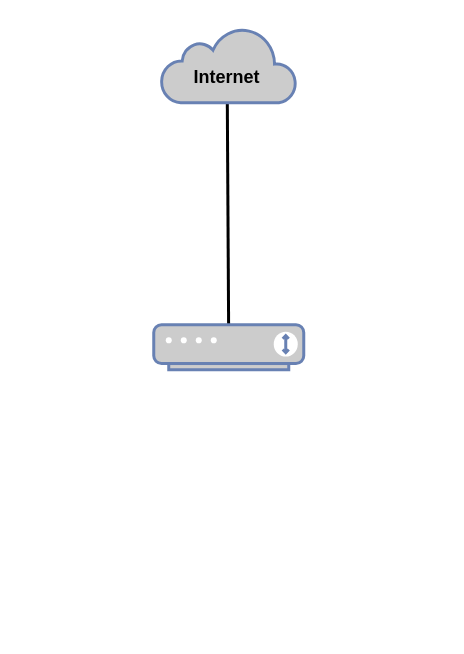
Hipuranyhou/cuddly-octo-lamp keeps this draw.io diagram as Untitled Diagram.drawio. Above is the earlier version. Source tidied: cells renumbered, new cells numbered last; positions are measured from the earlier drawing's top-left corner, leaving out a move shared by most shapes. Both pictures are drawn from the tidied source at 150%, with x=0, y=0 at pixel (153, 27).
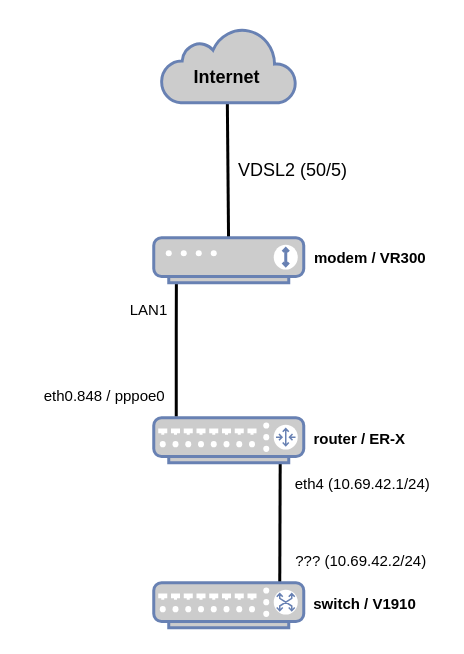
Above is the later version.

The edit, as a diff of the source:
```diff
@@
+    <mxCell id="6" style="endArrow=none;html=1;strokeWidth=2;fontColor=#000000;exitX=0.1;exitY=-0.021;exitDx=0;exitDy=0;exitPerimeter=0;entryX=0.101;entryY=0.869;entryDx=0;entryDy=0;entryPerimeter=0;" parent="1" edge="1">
+      <mxGeometry relative="1" as="geometry">
+        <mxPoint x="15" y="259.4" as="sourcePoint" />
+        <mxPoint x="15.1" y="166.1" as="targetPoint" />
+        <Array as="points">
+          <mxPoint x="15" y="210" />
+          <mxPoint x="15" y="200" />
+        </Array>
+      </mxGeometry>
+    </mxCell>
+    <mxCell id="7" style="endArrow=none;html=1;strokeWidth=2;fontSize=10;fontColor=#000000;entryX=0.843;entryY=1.004;entryDx=0;entryDy=0;entryPerimeter=0;" parent="1" edge="1" target="9">
+      <mxGeometry relative="1" as="geometry">
+        <mxPoint x="84" y="370" as="sourcePoint" />
+      </mxGeometry>
+    </mxCell>
@@
     <mxCell id="4" style="fontColor=#0066CC;verticalAlign=top;verticalLabelPosition=bottom;labelPosition=center;align=center;html=1;outlineConnect=0;fillColor=#CCCCCC;strokeColor=#6881B3;gradientColor=none;gradientDirection=north;strokeWidth=2;shape=mxgraph.networks.modem;" parent="1" vertex="1">
-      <mxGeometry y="198" width="100" height="30" as="geometry" />
+      <mxGeometry y="140" width="100" height="30" as="geometry" />
     </mxCell>
@@
+    <mxCell id="8" value="VDSL2 (50/5)" style="text;html=1;strokeColor=none;fillColor=none;align=center;verticalAlign=middle;whiteSpace=wrap;rounded=0;fontColor=#000000;fontStyle=0;labelBackgroundColor=#ffffff;" parent="1" vertex="1">
+      <mxGeometry x="55" y="85" width="76" height="20" as="geometry" />
+    </mxCell>
+    <mxCell id="9" style="fontColor=#0066CC;verticalAlign=top;verticalLabelPosition=bottom;labelPosition=center;align=center;html=1;outlineConnect=0;fillColor=#CCCCCC;strokeColor=#6881B3;gradientColor=none;gradientDirection=north;strokeWidth=2;shape=mxgraph.networks.router;" parent="1" vertex="1">
+      <mxGeometry y="260" width="100" height="30" as="geometry" />
+    </mxCell>
+    <mxCell id="10" value="eth0.848 / pppoe0" style="text;html=1;strokeColor=none;fillColor=none;align=center;verticalAlign=middle;whiteSpace=wrap;rounded=0;fontColor=#000000;fontStyle=0;fontSize=10;labelBackgroundColor=#ffffff;spacing=2;" parent="1" vertex="1">
+      <mxGeometry x="-85" y="235" width="105" height="20" as="geometry" />
+    </mxCell>
+    <mxCell id="11" value="LAN1" style="text;html=1;strokeColor=none;fillColor=none;align=center;verticalAlign=middle;whiteSpace=wrap;rounded=0;fontColor=#000000;fontStyle=0;fontSize=10;labelBackgroundColor=#ffffff;spacing=2;" parent="1" vertex="1">
+      <mxGeometry x="-43" y="178" width="80" height="20" as="geometry" />
+    </mxCell>
+    <mxCell id="12" value="router / ER-X" style="text;html=1;strokeColor=none;fillColor=none;align=center;verticalAlign=middle;whiteSpace=wrap;rounded=0;labelBackgroundColor=#ffffff;fontSize=10;fontColor=#000000;fontStyle=1;" parent="1" vertex="1">
+      <mxGeometry x="97" y="264" width="81" height="20" as="geometry" />
+    </mxCell>
+    <mxCell id="13" value="modem / VR300" style="text;html=1;strokeColor=none;fillColor=none;align=center;verticalAlign=middle;whiteSpace=wrap;rounded=0;labelBackgroundColor=#ffffff;fontSize=10;fontColor=#000000;fontStyle=1;" parent="1" vertex="1">
+      <mxGeometry x="104" y="143" width="81" height="20" as="geometry" />
+    </mxCell>
+    <mxCell id="14" value="eth4 (10.69.42.1/24)" style="text;html=1;strokeColor=none;fillColor=none;align=center;verticalAlign=middle;whiteSpace=wrap;rounded=0;labelBackgroundColor=#ffffff;fontSize=10;fontColor=#000000;" parent="1" vertex="1">
+      <mxGeometry x="89" y="294" width="101" height="20" as="geometry" />
+    </mxCell>
+    <mxCell id="15" style="fontColor=#0066CC;verticalAlign=top;verticalLabelPosition=bottom;labelPosition=center;align=center;html=1;fillColor=#CCCCCC;strokeColor=#6881B3;gradientColor=none;gradientDirection=north;strokeWidth=2;shape=mxgraph.networks.switch;labelBackgroundColor=#ffffff;" parent="1" vertex="1">
+      <mxGeometry y="370" width="100" height="30" as="geometry" />
+    </mxCell>
+    <mxCell id="16" value="switch / V1910" style="text;html=1;strokeColor=none;fillColor=none;align=center;verticalAlign=middle;whiteSpace=wrap;rounded=0;labelBackgroundColor=#ffffff;fontSize=10;fontColor=#000000;fontStyle=1;" parent="1" vertex="1">
+      <mxGeometry x="96" y="374" width="90" height="20" as="geometry" />
+    </mxCell>
+    <mxCell id="17" value="??? (10.69.42.2/24)" style="text;html=1;strokeColor=none;fillColor=none;align=center;verticalAlign=middle;whiteSpace=wrap;rounded=0;labelBackgroundColor=#ffffff;fontSize=10;fontColor=#000000;" parent="1" vertex="1">
+      <mxGeometry x="88" y="345" width="101" height="20" as="geometry" />
+    </mxCell>
```
